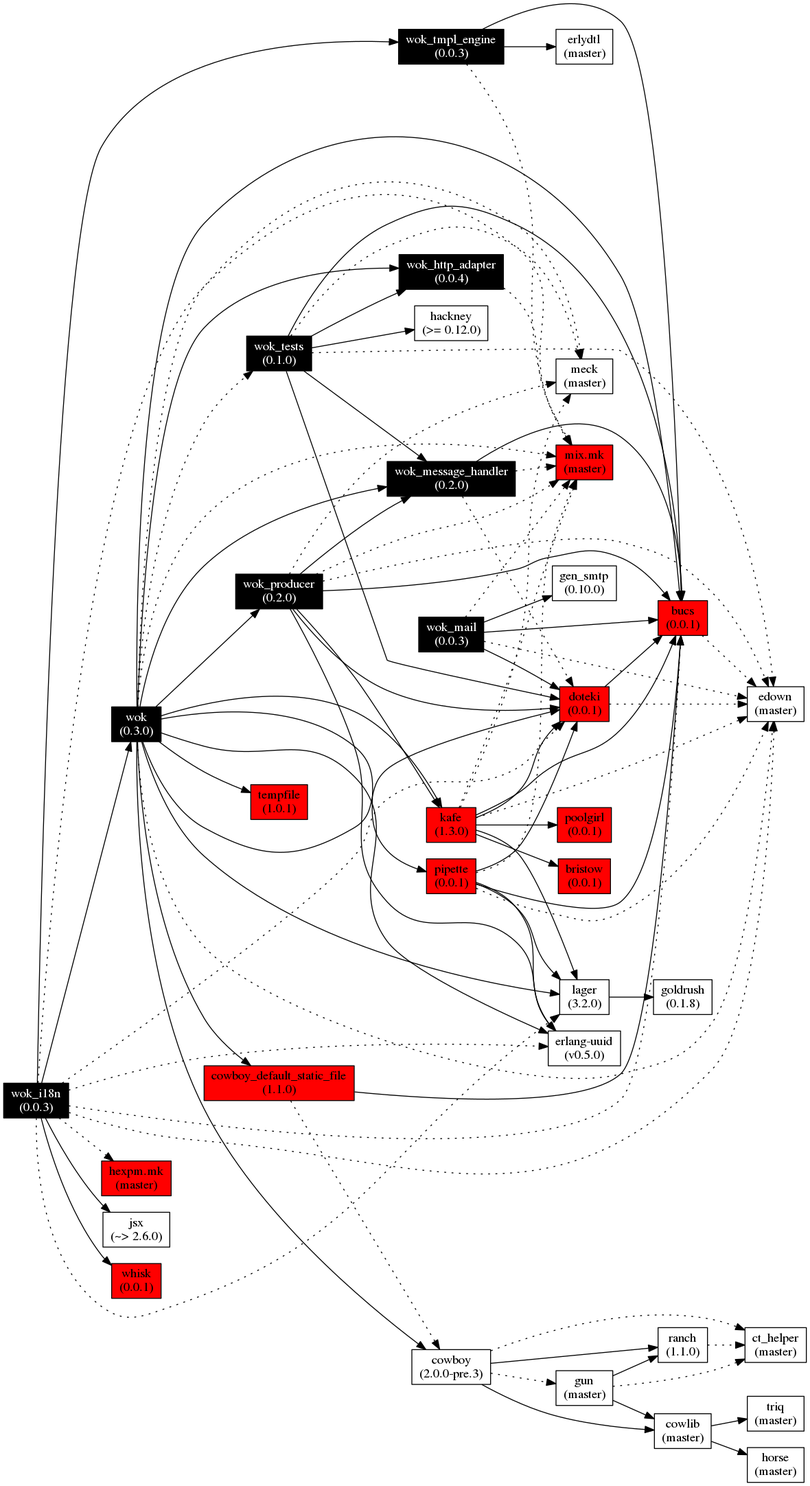
Before: images/wok.deps.png, a diagram exported from Graphviz (botsunit/wok). Its source is kept beside it as images/wok.deps.gv.
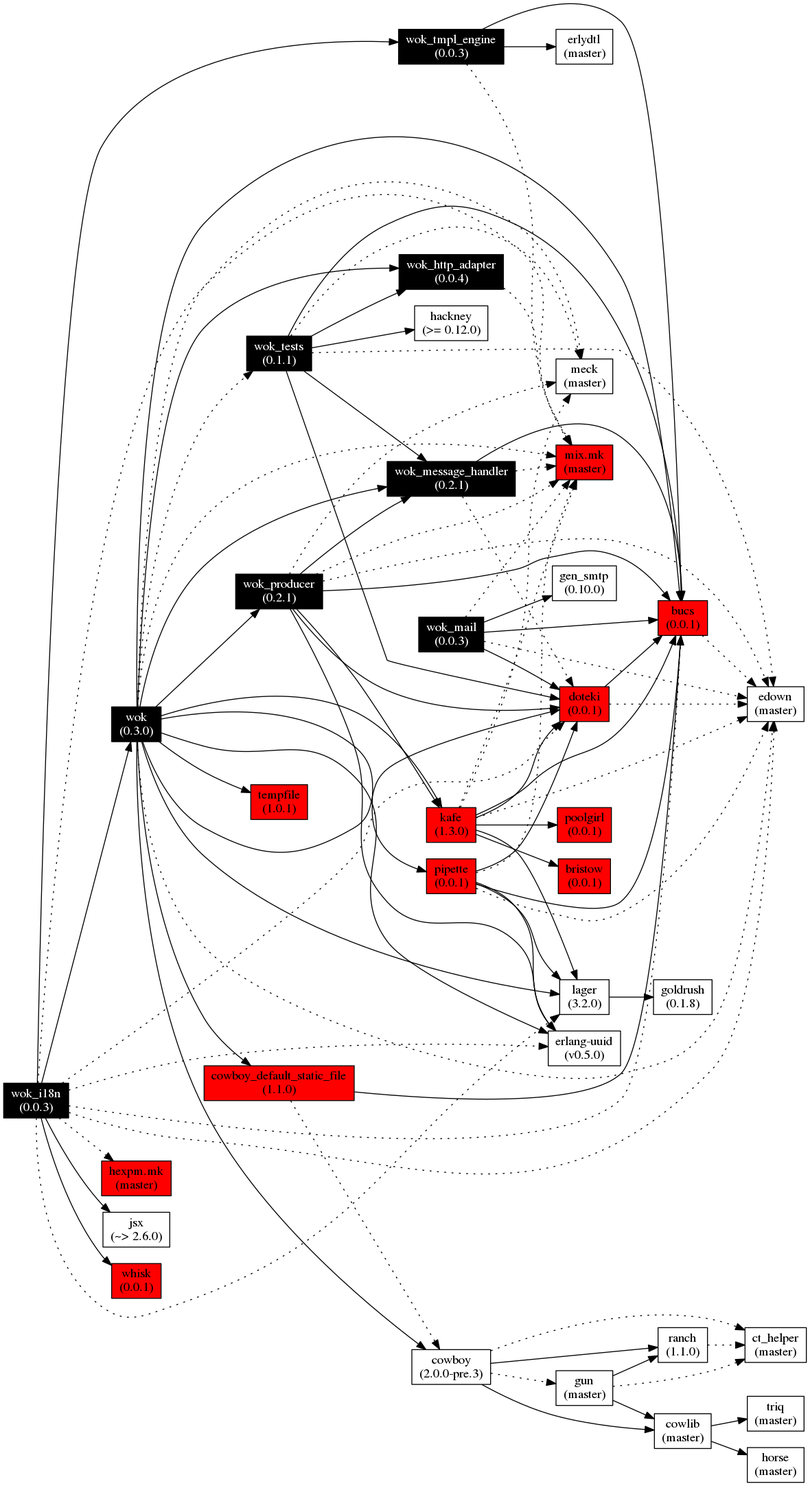
After the change.

What changed in the source:
```diff
@@ -9,8 +9,8 @@
   wok[label="wok\n(0.3.0)", fontcolor="white", style="filled", fillcolor="black"];
   lager[label="lager\n(3.2.0)"];
   wok_http_adapter[label="wok_http_adapter\n(0.0.4)", fontcolor="white", style="filled", fillcolor="black"];
-  wok_message_handler[label="wok_message_handler\n(0.2.0)", fontcolor="white", style="filled", fillcolor="black"];
-  wok_producer[label="wok_producer\n(0.2.0)", fontcolor="white", style="filled", fillcolor="black"];
+  wok_message_handler[label="wok_message_handler\n(0.2.1)", fontcolor="white", style="filled", fillcolor="black"];
+  wok_producer[label="wok_producer\n(0.2.1)", fontcolor="white", style="filled", fillcolor="black"];
   pipette[label="pipette\n(0.0.1)", style="filled", fillcolor="red"];
   kafe[label="kafe\n(1.3.0)", style="filled", fillcolor="red"];
   poolgirl[label="poolgirl\n(0.0.1)", style="filled", fillcolor="red"];
@@ -24,7 +24,7 @@
   mix_mk[label="mix.mk\n(master)", style="filled", fillcolor="red"];
   edown[label="edown\n(master)"];
   meck[label="meck\n(master)"];
-  wok_tests[label="wok_tests\n(0.1.0)", fontcolor="white", style="filled", fillcolor="black"];
+  wok_tests[label="wok_tests\n(0.1.1)", fontcolor="white", style="filled", fillcolor="black"];
   goldrush[label="goldrush\n(0.1.8)"];
   cowlib[label="cowlib\n(master)"];
   ranch[label="ranch\n(1.1.0)"];
```
